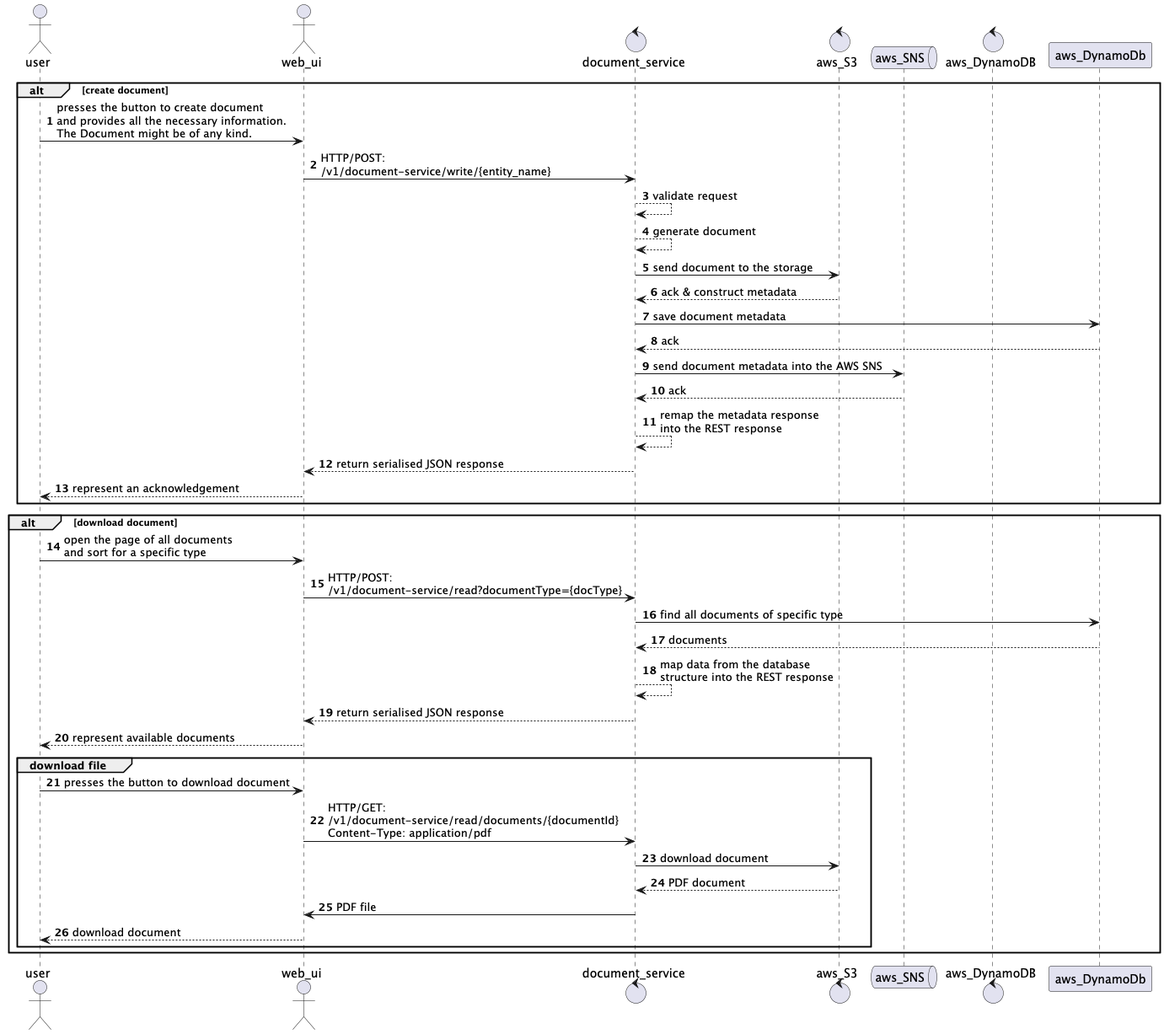
Above: high-level.png in sergejsvisockis/document-service (PlantUML), before the change.
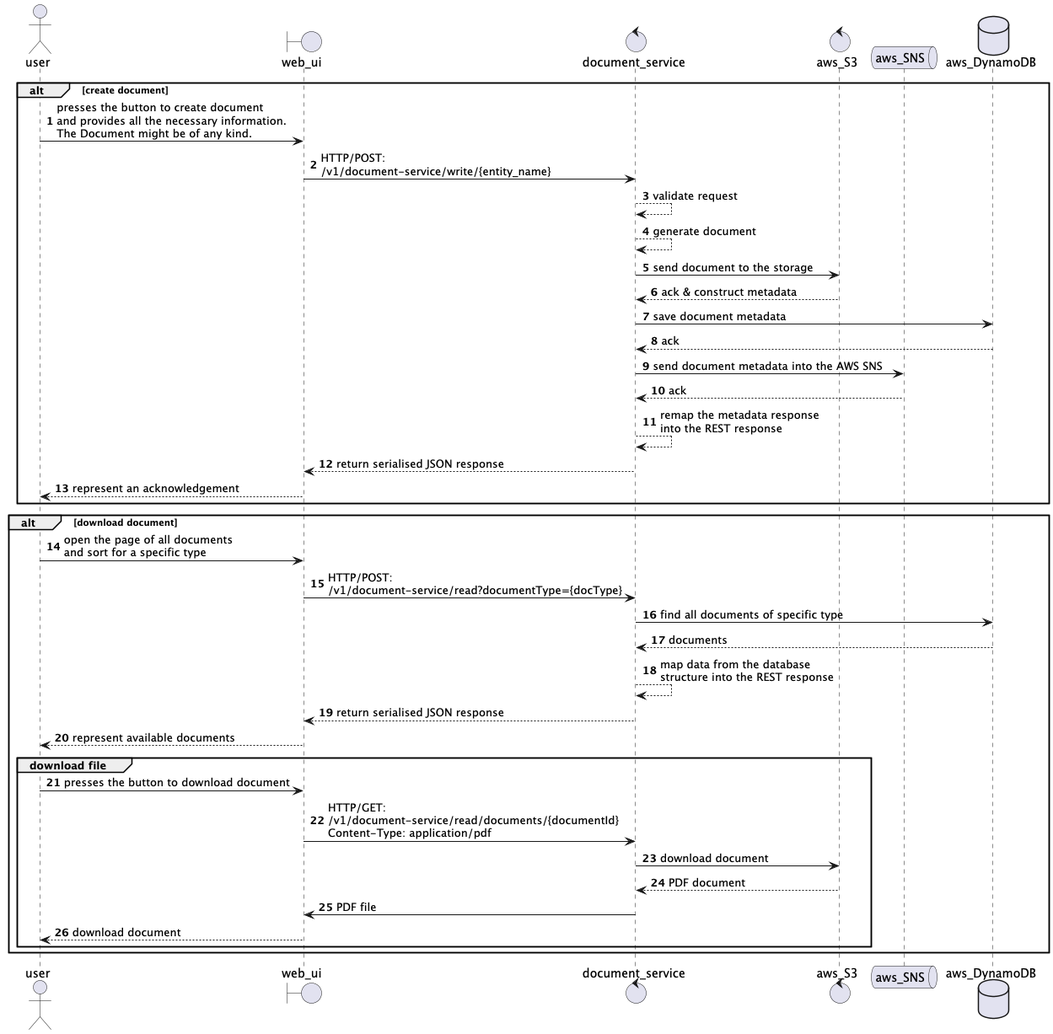
Above is the later version.

The edit, as a diff of the source:
```diff
@@ -3,11 +3,11 @@
 autonumber
 
 actor user
-actor web_ui
+boundary web_ui
 control document_service
 control aws_S3
 queue aws_SNS
-control aws_DynamoDB
+database aws_DynamoDB
 
 alt create document
     user -> web_ui: presses the button to create document\nand provides all the necessary information.\nThe Document might be of any kind.
@@ -16,7 +16,7 @@
     document_service --> document_service: generate document
     document_service -> aws_S3: send document to the storage
     return ack & construct metadata
-    document_service -> aws_DynamoDb: save document metadata
+    document_service -> aws_DynamoDB: save document metadata
     return ack
     document_service -> aws_SNS: send document metadata into the AWS SNS
     return ack
@@ -27,7 +27,7 @@
 alt download document
     user -> web_ui: open the page of all documents\nand sort for a specific type
     web_ui -> document_service: HTTP/POST:\n/v1/document-service/read?documentType={docType}
-    document_service -> aws_DynamoDb: find all documents of specific type
+    document_service -> aws_DynamoDB: find all documents of specific type
     return documents
     document_service --> document_service: map data from the database\nstructure into the REST response
     document_service --> web_ui: return serialised JSON response
```
